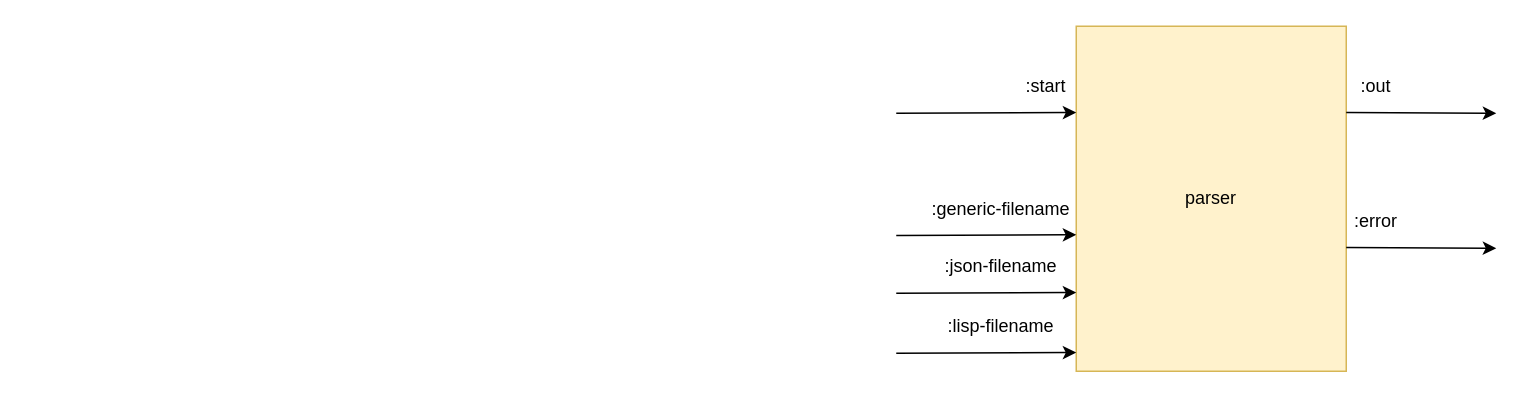
Earlier version of the draw.io diagram page "back end" (1 of 3) of svg/back-end/back-end.drawio (bmfbp/bmfbp). Source tidied: cells renumbered, new cells numbered last; positions are measured from the earlier drawing's top-left corner, leaving out a move shared by most shapes. Both pictures are drawn from the tidied source at 150%, with x=0, y=0 at pixel (896, 26).
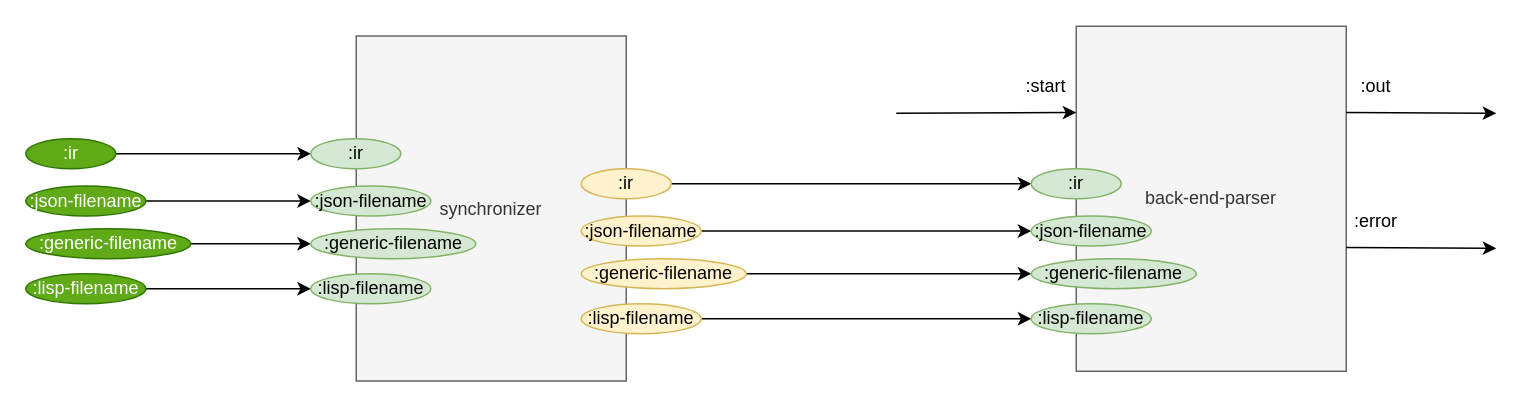
The same page after the edit.

What changed in the source:
```diff
@@
-    <mxCell id="2" value="parser" style="rounded=0;whiteSpace=wrap;html=1;fillColor=#fff2cc;strokeColor=#d6b656;" parent="1" vertex="1">
+    <mxCell id="2" value="back-end-parser" style="rounded=0;whiteSpace=wrap;html=1;fillColor=#f5f5f5;strokeColor=#666666;fontColor=#333333;" parent="1" vertex="1">
       <mxGeometry x="120" width="180" height="230" as="geometry" />
     </mxCell>
@@
-    <mxCell id="9" style="endArrow=classic;html=1;entryX=0;entryY=0.25;entryDx=0;entryDy=0;" parent="1" edge="1">
-      <mxGeometry relative="1" as="geometry">
-        <mxPoint y="139.5" as="sourcePoint" />
-        <mxPoint x="120" y="139" as="targetPoint" />
-      </mxGeometry>
-    </mxCell>
-    <mxCell id="10" value=":generic-filename" style="text;html=1;strokeColor=none;fillColor=none;align=center;verticalAlign=middle;whiteSpace=wrap;rounded=0;" parent="1" vertex="1">
-      <mxGeometry x="20" y="111.5" width="100" height="20" as="geometry" />
-    </mxCell>
-    <mxCell id="11" style="endArrow=classic;html=1;entryX=0;entryY=0.25;entryDx=0;entryDy=0;" parent="1" edge="1">
-      <mxGeometry relative="1" as="geometry">
-        <mxPoint y="178" as="sourcePoint" />
-        <mxPoint x="120" y="177.5" as="targetPoint" />
-      </mxGeometry>
-    </mxCell>
-    <mxCell id="12" style="endArrow=classic;html=1;entryX=0;entryY=0.25;entryDx=0;entryDy=0;" parent="1" edge="1">
-      <mxGeometry relative="1" as="geometry">
-        <mxPoint y="218" as="sourcePoint" />
-        <mxPoint x="120" y="217.5" as="targetPoint" />
-      </mxGeometry>
-    </mxCell>
-    <mxCell id="13" value=":json-filename" style="text;html=1;strokeColor=none;fillColor=none;align=center;verticalAlign=middle;whiteSpace=wrap;rounded=0;" parent="1" vertex="1">
-      <mxGeometry x="20" y="150" width="100" height="20" as="geometry" />
-    </mxCell>
-    <mxCell id="14" value=":lisp-filename" style="text;html=1;strokeColor=none;fillColor=none;align=center;verticalAlign=middle;whiteSpace=wrap;rounded=0;" parent="1" vertex="1">
-      <mxGeometry x="20" y="190" width="100" height="20" as="geometry" />
-    </mxCell>
+    <mxCell id="15" value="synchronizer" style="rounded=0;whiteSpace=wrap;html=1;fillColor=#f5f5f5;strokeColor=#666666;fontColor=#333333;" parent="1" vertex="1">
+      <mxGeometry x="-360" y="6.5" width="180" height="230" as="geometry" />
+    </mxCell>
+    <mxCell id="16" style="edgeStyle=orthogonalEdgeStyle;rounded=0;jettySize=auto;html=1;exitX=1;exitY=0.5;exitDx=0;exitDy=0;entryX=0;entryY=0.5;entryDx=0;entryDy=0;" parent="1" edge="1" source="17" target="24">
+      <mxGeometry relative="1" as="geometry" />
+    </mxCell>
+    <mxCell id="17" value=":ir" style="ellipse;whiteSpace=wrap;html=1;fillColor=#60a917;strokeColor=#2D7600;fontColor=#ffffff;" parent="1" vertex="1">
+      <mxGeometry x="-580.3" y="75" width="60" height="20" as="geometry" />
+    </mxCell>
+    <mxCell id="18" style="edgeStyle=orthogonalEdgeStyle;rounded=0;jettySize=auto;html=1;exitX=1;exitY=0.5;exitDx=0;exitDy=0;" parent="1" edge="1" source="19" target="25">
+      <mxGeometry relative="1" as="geometry" />
+    </mxCell>
+    <mxCell id="19" value=":json-filename" style="ellipse;whiteSpace=wrap;html=1;fillColor=#60a917;strokeColor=#2D7600;fontColor=#ffffff;" parent="1" vertex="1">
+      <mxGeometry x="-580.3" y="106.5" width="80" height="20" as="geometry" />
+    </mxCell>
+    <mxCell id="20" style="edgeStyle=orthogonalEdgeStyle;rounded=0;jettySize=auto;html=1;exitX=1;exitY=0.5;exitDx=0;exitDy=0;entryX=0;entryY=0.5;entryDx=0;entryDy=0;" parent="1" edge="1" source="21" target="26">
+      <mxGeometry relative="1" as="geometry" />
+    </mxCell>
+    <mxCell id="21" value=":generic-filename" style="ellipse;whiteSpace=wrap;html=1;fillColor=#60a917;strokeColor=#2D7600;fontColor=#ffffff;" parent="1" vertex="1">
+      <mxGeometry x="-580.3" y="135" width="110" height="20" as="geometry" />
+    </mxCell>
+    <mxCell id="22" style="edgeStyle=orthogonalEdgeStyle;rounded=0;jettySize=auto;html=1;exitX=1;exitY=0.5;exitDx=0;exitDy=0;" parent="1" edge="1" source="23" target="27">
+      <mxGeometry relative="1" as="geometry" />
+    </mxCell>
+    <mxCell id="23" value=":lisp-filename" style="ellipse;whiteSpace=wrap;html=1;fillColor=#60a917;strokeColor=#2D7600;fontColor=#ffffff;" parent="1" vertex="1">
+      <mxGeometry x="-580.3" y="165" width="80" height="20" as="geometry" />
+    </mxCell>
+    <mxCell id="24" value=":ir" style="ellipse;whiteSpace=wrap;html=1;fillColor=#d5e8d4;strokeColor=#82b366;" parent="1" vertex="1">
+      <mxGeometry x="-390.3" y="75" width="60" height="20" as="geometry" />
+    </mxCell>
+    <mxCell id="25" value=":json-filename" style="ellipse;whiteSpace=wrap;html=1;fillColor=#d5e8d4;strokeColor=#82b366;" parent="1" vertex="1">
+      <mxGeometry x="-390.3" y="106.5" width="80" height="20" as="geometry" />
+    </mxCell>
+    <mxCell id="26" value=":generic-filename" style="ellipse;whiteSpace=wrap;html=1;fillColor=#d5e8d4;strokeColor=#82b366;" parent="1" vertex="1">
+      <mxGeometry x="-390.3" y="135" width="110" height="20" as="geometry" />
+    </mxCell>
+    <mxCell id="27" value=":lisp-filename" style="ellipse;whiteSpace=wrap;html=1;fillColor=#d5e8d4;strokeColor=#82b366;" parent="1" vertex="1">
+      <mxGeometry x="-390.3" y="165" width="80" height="20" as="geometry" />
+    </mxCell>
+    <mxCell id="28" style="edgeStyle=orthogonalEdgeStyle;rounded=0;jettySize=auto;html=1;exitX=1;exitY=0.5;exitDx=0;exitDy=0;entryX=0;entryY=0.5;entryDx=0;entryDy=0;" parent="1" edge="1" source="29" target="36">
+      <mxGeometry relative="1" as="geometry" />
+    </mxCell>
+    <mxCell id="29" value=":ir" style="ellipse;whiteSpace=wrap;html=1;fillColor=#fff2cc;strokeColor=#d6b656;" parent="1" vertex="1">
+      <mxGeometry x="-210" y="95" width="60" height="20" as="geometry" />
+    </mxCell>
+    <mxCell id="30" style="edgeStyle=orthogonalEdgeStyle;rounded=0;jettySize=auto;html=1;exitX=1;exitY=0.5;exitDx=0;exitDy=0;entryX=0;entryY=0.5;entryDx=0;entryDy=0;" parent="1" edge="1" source="31" target="37">
+      <mxGeometry relative="1" as="geometry" />
+    </mxCell>
+    <mxCell id="31" value=":json-filename" style="ellipse;whiteSpace=wrap;html=1;fillColor=#fff2cc;strokeColor=#d6b656;" parent="1" vertex="1">
+      <mxGeometry x="-210" y="126.5" width="80" height="20" as="geometry" />
+    </mxCell>
+    <mxCell id="32" style="edgeStyle=orthogonalEdgeStyle;rounded=0;jettySize=auto;html=1;exitX=1;exitY=0.5;exitDx=0;exitDy=0;entryX=0;entryY=0.5;entryDx=0;entryDy=0;" parent="1" edge="1" source="33" target="38">
+      <mxGeometry relative="1" as="geometry" />
+    </mxCell>
+    <mxCell id="33" value=":generic-filename" style="ellipse;whiteSpace=wrap;html=1;fillColor=#fff2cc;strokeColor=#d6b656;" parent="1" vertex="1">
+      <mxGeometry x="-210" y="155" width="110" height="20" as="geometry" />
+    </mxCell>
+    <mxCell id="34" style="edgeStyle=orthogonalEdgeStyle;rounded=0;jettySize=auto;html=1;exitX=1;exitY=0.5;exitDx=0;exitDy=0;entryX=0;entryY=0.5;entryDx=0;entryDy=0;" parent="1" edge="1" source="35" target="39">
+      <mxGeometry relative="1" as="geometry" />
+    </mxCell>
+    <mxCell id="35" value=":lisp-filename" style="ellipse;whiteSpace=wrap;html=1;fillColor=#fff2cc;strokeColor=#d6b656;" parent="1" vertex="1">
+      <mxGeometry x="-210" y="185" width="80" height="20" as="geometry" />
+    </mxCell>
+    <mxCell id="36" value=":ir" style="ellipse;whiteSpace=wrap;html=1;fillColor=#d5e8d4;strokeColor=#82b366;" parent="1" vertex="1">
+      <mxGeometry x="90" y="95" width="60" height="20" as="geometry" />
+    </mxCell>
+    <mxCell id="37" value=":json-filename" style="ellipse;whiteSpace=wrap;html=1;fillColor=#d5e8d4;strokeColor=#82b366;" parent="1" vertex="1">
+      <mxGeometry x="90" y="126.5" width="80" height="20" as="geometry" />
+    </mxCell>
+    <mxCell id="38" value=":generic-filename" style="ellipse;whiteSpace=wrap;html=1;fillColor=#d5e8d4;strokeColor=#82b366;" parent="1" vertex="1">
+      <mxGeometry x="90" y="155" width="110" height="20" as="geometry" />
+    </mxCell>
+    <mxCell id="39" value=":lisp-filename" style="ellipse;whiteSpace=wrap;html=1;fillColor=#d5e8d4;strokeColor=#82b366;" parent="1" vertex="1">
+      <mxGeometry x="90" y="185" width="80" height="20" as="geometry" />
+    </mxCell>
```
